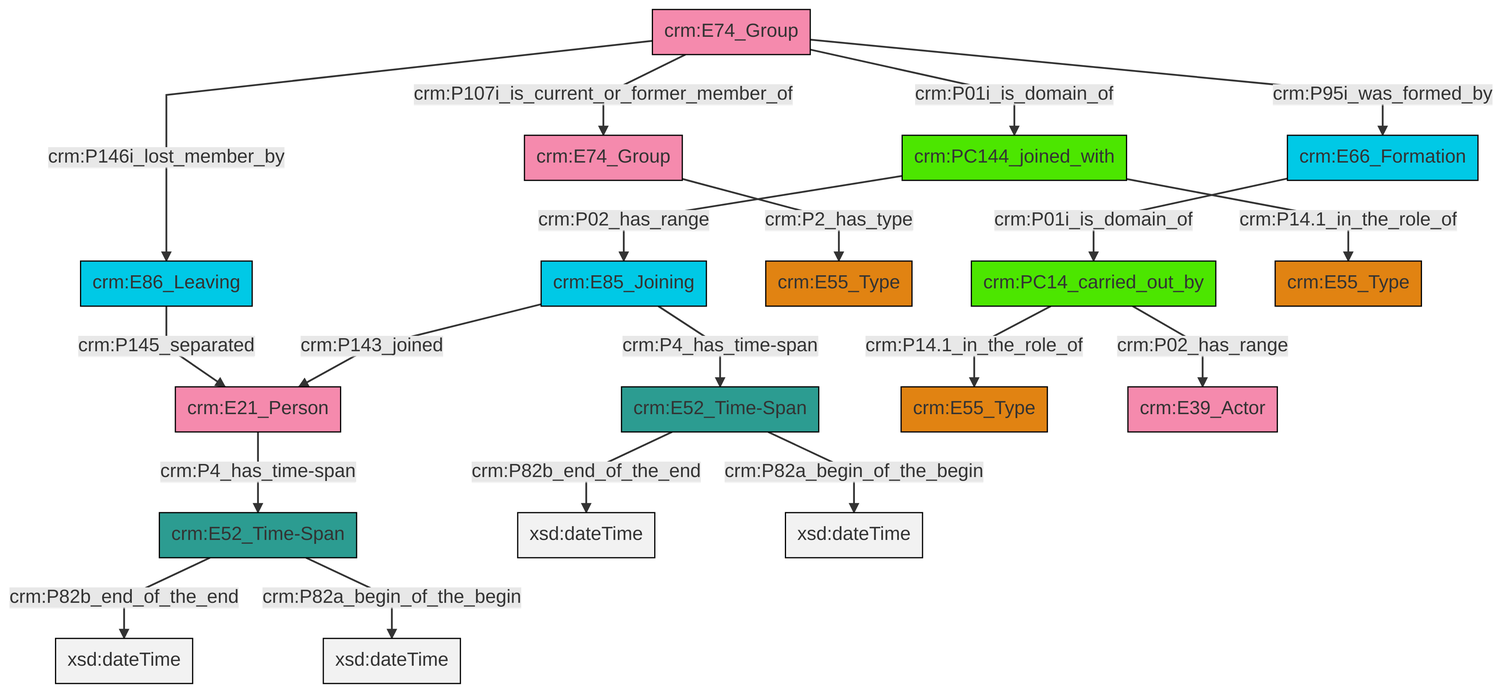
Before: et/groupCSV/ttl/mmd/png/group_actor_relations.png, a diagram exported from Mermaid (swiss-art-research-net/docs.swissartresearch). Its source is kept beside it as et/groupCSV/ttl/mmd/group_actor_relations.ttl.mmd.
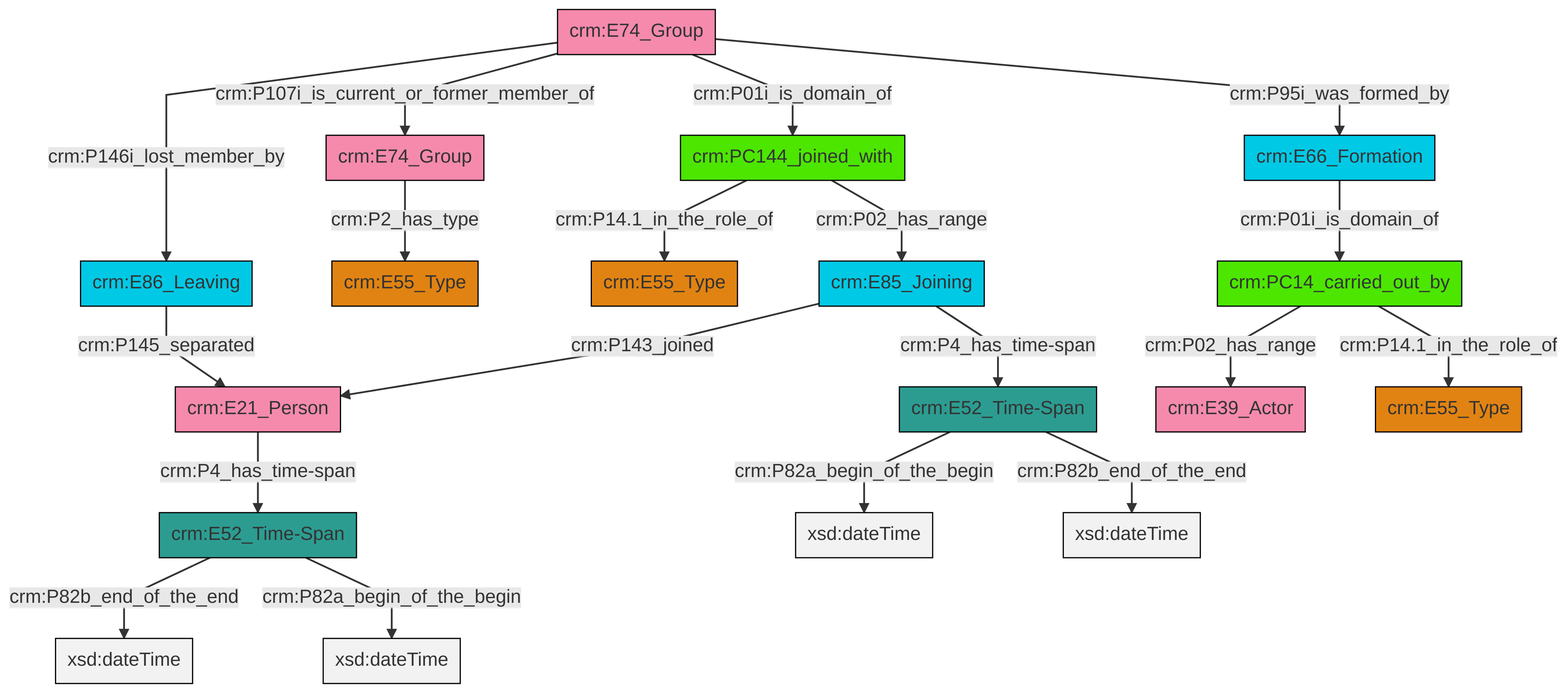
The same diagram one commit later.

The edit, as a diff of the source:
```diff
@@ -13,21 +13,21 @@
 classDef PC_Classes fill:#4ce600, stroke:#000000;
 classDef Multi fill:#cccccc,stroke:#000000;
 
-4["crm:E74_Group"]:::Actor -->|crm:P146i_lost_member_by| 5["crm:E86_Leaving"]:::Temporal_Entity
-6["crm:E52_Time-Span"]:::Time-Span -->|crm:P82b_end_of_the_end| 7[xsd:dateTime]:::Literal
-2["crm:PC14_carried_out_by"]:::PC_Classes -->|crm:P14.1_in_the_role_of| 10["crm:E55_Type"]:::Type
-11["crm:E74_Group"]:::Actor -->|crm:P2_has_type| 12["crm:E55_Type"]:::Type
-6["crm:E52_Time-Span"]:::Time-Span -->|crm:P82a_begin_of_the_begin| 13[xsd:dateTime]:::Literal
-4["crm:E74_Group"]:::Actor -->|crm:P95i_was_formed_by| 16["crm:E66_Formation"]:::Temporal_Entity
-16["crm:E66_Formation"]:::Temporal_Entity -->|crm:P01i_is_domain_of| 2["crm:PC14_carried_out_by"]:::PC_Classes
-0["crm:E52_Time-Span"]:::Time-Span -->|crm:P82b_end_of_the_end| 18[xsd:dateTime]:::Literal
-4["crm:E74_Group"]:::Actor -->|crm:P107i_is_current_or_former_member_of| 11["crm:E74_Group"]:::Actor
-5["crm:E86_Leaving"]:::Temporal_Entity -->|crm:P145_separated| 8["crm:E21_Person"]:::Actor
-19["crm:PC144_joined_with"]:::PC_Classes -->|crm:P14.1_in_the_role_of| 21["crm:E55_Type"]:::Type
-4["crm:E74_Group"]:::Actor -->|crm:P01i_is_domain_of| 19["crm:PC144_joined_with"]:::PC_Classes
-14["crm:E85_Joining"]:::Temporal_Entity -->|crm:P143_joined| 8["crm:E21_Person"]:::Actor
-14["crm:E85_Joining"]:::Temporal_Entity -->|crm:P4_has_time-span| 0["crm:E52_Time-Span"]:::Time-Span
-19["crm:PC144_joined_with"]:::PC_Classes -->|crm:P02_has_range| 14["crm:E85_Joining"]:::Temporal_Entity
-2["crm:PC14_carried_out_by"]:::PC_Classes -->|crm:P02_has_range| 28["crm:E39_Actor"]:::Actor
-8["crm:E21_Person"]:::Actor -->|crm:P4_has_time-span| 6["crm:E52_Time-Span"]:::Time-Span
-0["crm:E52_Time-Span"]:::Time-Span -->|crm:P82a_begin_of_the_begin| 34[xsd:dateTime]:::Literal
+0["crm:E21_Person"]:::Actor -->|crm:P4_has_time-span| 1["crm:E52_Time-Span"]:::Time-Span
+7["crm:E52_Time-Span"]:::Time-Span -->|crm:P82a_begin_of_the_begin| 8[xsd:dateTime]:::Literal
+9["crm:PC144_joined_with"]:::PC_Classes -->|crm:P14.1_in_the_role_of| 10["crm:E55_Type"]:::Type
+16["crm:PC14_carried_out_by"]:::PC_Classes -->|crm:P02_has_range| 17["crm:E39_Actor"]:::Actor
+18["crm:E74_Group"]:::Actor -->|crm:P2_has_type| 5["crm:E55_Type"]:::Type
+1["crm:E52_Time-Span"]:::Time-Span -->|crm:P82b_end_of_the_end| 19[xsd:dateTime]:::Literal
+20["crm:E85_Joining"]:::Temporal_Entity -->|crm:P143_joined| 0["crm:E21_Person"]:::Actor
+2["crm:E74_Group"]:::Actor -->|crm:P146i_lost_member_by| 12["crm:E86_Leaving"]:::Temporal_Entity
+7["crm:E52_Time-Span"]:::Time-Span -->|crm:P82b_end_of_the_end| 24[xsd:dateTime]:::Literal
+20["crm:E85_Joining"]:::Temporal_Entity -->|crm:P4_has_time-span| 7["crm:E52_Time-Span"]:::Time-Span
+2["crm:E74_Group"]:::Actor -->|crm:P107i_is_current_or_former_member_of| 18["crm:E74_Group"]:::Actor
+16["crm:PC14_carried_out_by"]:::PC_Classes -->|crm:P14.1_in_the_role_of| 25["crm:E55_Type"]:::Type
+22["crm:E66_Formation"]:::Temporal_Entity -->|crm:P01i_is_domain_of| 16["crm:PC14_carried_out_by"]:::PC_Classes
+1["crm:E52_Time-Span"]:::Time-Span -->|crm:P82a_begin_of_the_begin| 29[xsd:dateTime]:::Literal
+9["crm:PC144_joined_with"]:::PC_Classes -->|crm:P02_has_range| 20["crm:E85_Joining"]:::Temporal_Entity
+2["crm:E74_Group"]:::Actor -->|crm:P01i_is_domain_of| 9["crm:PC144_joined_with"]:::PC_Classes
+2["crm:E74_Group"]:::Actor -->|crm:P95i_was_formed_by| 22["crm:E66_Formation"]:::Temporal_Entity
+12["crm:E86_Leaving"]:::Temporal_Entity -->|crm:P145_separated| 0["crm:E21_Person"]:::Actor
```
